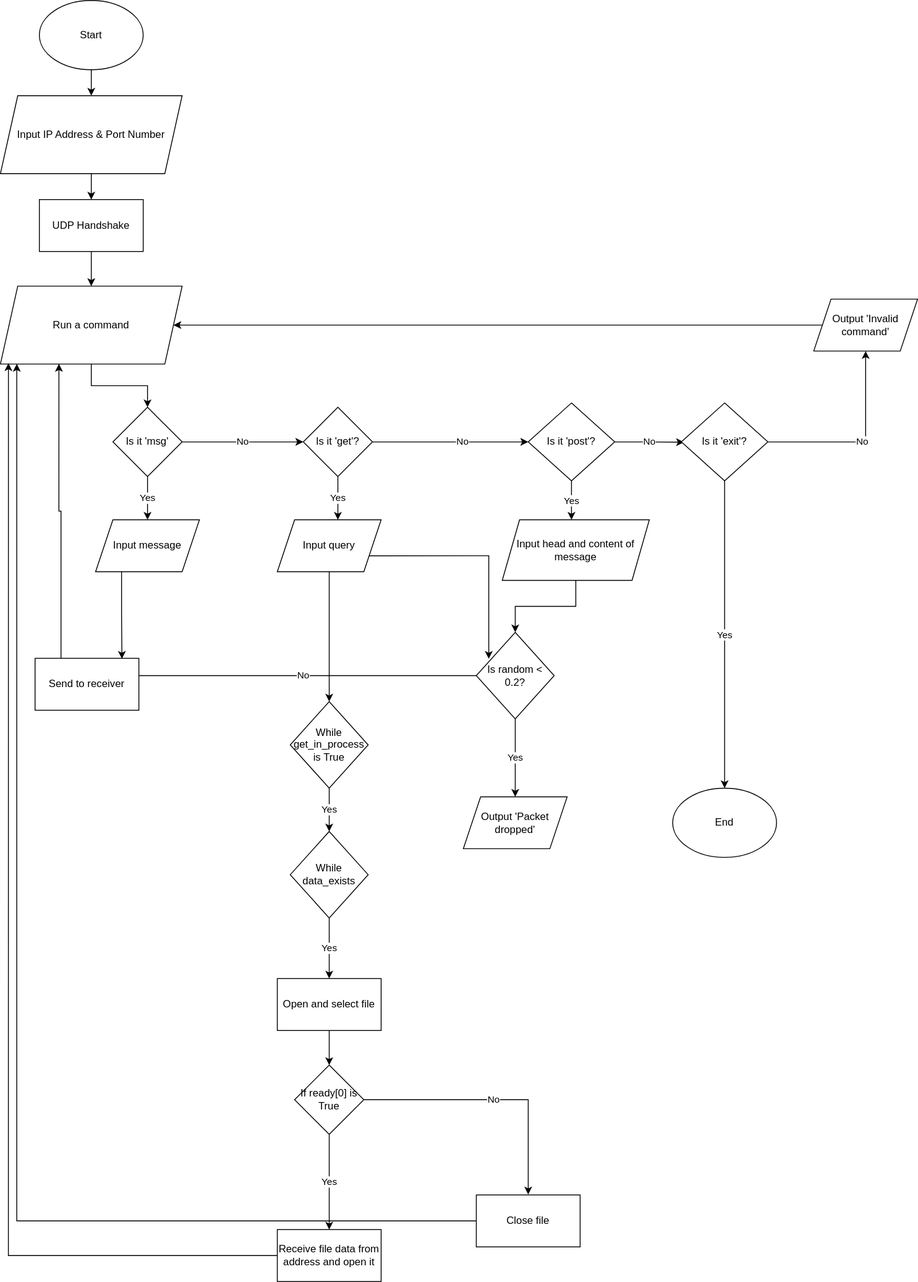
Above: PushinP2P_Flowchart.drawio.svg in JugBones/Pushin-P2P (draw.io), before the change. Source tidied: cells renumbered, new cells last; positions are measured from the earlier drawing's top-left corner, leaving out a move shared by most shapes. Source of this version:
```xml
<mxGraphModel>
  <root>
    <mxCell id="0" />
    <mxCell id="1" parent="0" />
    <mxCell id="2" style="edgeStyle=orthogonalEdgeStyle;rounded=0;jettySize=auto;html=1;exitX=0.5;exitY=1;exitDx=0;exitDy=0;entryX=0.5;entryY=0;entryDx=0;entryDy=0;" parent="1" edge="1" source="3" target="49">
      <mxGeometry relative="1" as="geometry" />
    </mxCell>
    <mxCell id="3" value="Input IP Address &amp;amp; Port Number" style="shape=parallelogram;perimeter=parallelogramPerimeter;whiteSpace=wrap;html=1;fixedSize=1;" parent="1" vertex="1">
      <mxGeometry y="110" width="210" height="90" as="geometry" />
    </mxCell>
    <mxCell id="4" style="edgeStyle=orthogonalEdgeStyle;rounded=0;jettySize=auto;html=1;entryX=0.5;entryY=0;entryDx=0;entryDy=0;" parent="1" edge="1" source="5" target="8">
      <mxGeometry relative="1" as="geometry" />
    </mxCell>
    <mxCell id="5" value="Run a command" style="shape=parallelogram;perimeter=parallelogramPerimeter;whiteSpace=wrap;html=1;fixedSize=1;" parent="1" vertex="1">
      <mxGeometry y="330" width="210" height="90" as="geometry" />
    </mxCell>
    <mxCell id="6" value="No" style="edgeStyle=orthogonalEdgeStyle;rounded=0;jettySize=auto;html=1;exitX=1;exitY=0.5;exitDx=0;exitDy=0;entryX=0;entryY=0.5;entryDx=0;entryDy=0;" parent="1" edge="1" source="8" target="12">
      <mxGeometry relative="1" as="geometry" />
    </mxCell>
    <mxCell id="7" value="Yes" style="edgeStyle=orthogonalEdgeStyle;rounded=0;jettySize=auto;html=1;exitX=0.5;exitY=1;exitDx=0;exitDy=0;entryX=0.5;entryY=0;entryDx=0;entryDy=0;" parent="1" edge="1" source="8">
      <mxGeometry relative="1" as="geometry">
        <mxPoint x="170" y="600" as="targetPoint" />
      </mxGeometry>
    </mxCell>
    <mxCell id="8" value="Is it 'msg'" style="rhombus;whiteSpace=wrap;html=1;" parent="1" vertex="1">
      <mxGeometry x="130" y="470" width="80" height="80" as="geometry" />
    </mxCell>
    <mxCell id="9" style="edgeStyle=orthogonalEdgeStyle;rounded=0;jettySize=auto;html=1;exitX=1;exitY=0.5;exitDx=0;exitDy=0;entryX=0;entryY=0.5;entryDx=0;entryDy=0;" parent="1" edge="1" source="12" target="15">
      <mxGeometry relative="1" as="geometry" />
    </mxCell>
    <mxCell id="10" value="No" style="edgeLabel;html=1;align=center;verticalAlign=middle;" parent="9" vertex="1">
      <mxGeometry x="0.15" y="1" relative="1" as="geometry" />
    </mxCell>
    <mxCell id="11" value="Yes" style="edgeStyle=orthogonalEdgeStyle;rounded=0;jettySize=auto;html=1;exitX=0.5;exitY=1;exitDx=0;exitDy=0;entryX=0.5;entryY=0;entryDx=0;entryDy=0;" parent="1" edge="1" source="12">
      <mxGeometry relative="1" as="geometry">
        <mxPoint x="390" y="600" as="targetPoint" />
      </mxGeometry>
    </mxCell>
    <mxCell id="12" value="Is it 'get'?" style="rhombus;whiteSpace=wrap;html=1;" parent="1" vertex="1">
      <mxGeometry x="350" y="470" width="80" height="80" as="geometry" />
    </mxCell>
    <mxCell id="13" value="Yes" style="edgeStyle=orthogonalEdgeStyle;rounded=0;jettySize=auto;html=1;exitX=0.5;exitY=1;exitDx=0;exitDy=0;entryX=0.5;entryY=0;entryDx=0;entryDy=0;" parent="1" edge="1" source="15">
      <mxGeometry relative="1" as="geometry">
        <mxPoint x="660" y="600" as="targetPoint" />
      </mxGeometry>
    </mxCell>
    <mxCell id="14" value="No" style="edgeStyle=orthogonalEdgeStyle;rounded=0;jettySize=auto;html=1;exitX=1;exitY=0.5;exitDx=0;exitDy=0;" parent="1" edge="1" source="15">
      <mxGeometry relative="1" as="geometry">
        <mxPoint x="790" y="510.3" as="targetPoint" />
      </mxGeometry>
    </mxCell>
    <mxCell id="15" value="Is it 'post'?" style="rhombus;whiteSpace=wrap;html=1;" parent="1" vertex="1">
      <mxGeometry x="610" y="465" width="100" height="90" as="geometry" />
    </mxCell>
    <mxCell id="16" value="Yes" style="edgeStyle=orthogonalEdgeStyle;rounded=0;jettySize=auto;html=1;exitX=0.5;exitY=1;exitDx=0;exitDy=0;" parent="1" edge="1" source="18" target="19">
      <mxGeometry relative="1" as="geometry" />
    </mxCell>
    <mxCell id="17" value="No" style="edgeStyle=orthogonalEdgeStyle;rounded=0;jettySize=auto;html=1;exitX=1;exitY=0.5;exitDx=0;exitDy=0;entryX=0.5;entryY=1;entryDx=0;entryDy=0;" parent="1" edge="1" source="18" target="23">
      <mxGeometry relative="1" as="geometry" />
    </mxCell>
    <mxCell id="18" value="Is it 'exit'?" style="rhombus;whiteSpace=wrap;html=1;" parent="1" vertex="1">
      <mxGeometry x="787" y="465" width="100" height="90" as="geometry" />
    </mxCell>
    <mxCell id="19" value="End" style="ellipse;whiteSpace=wrap;html=1;" parent="1" vertex="1">
      <mxGeometry x="777" y="910" width="120" height="80" as="geometry" />
    </mxCell>
    <mxCell id="20" style="edgeStyle=orthogonalEdgeStyle;rounded=0;jettySize=auto;html=1;entryX=0.5;entryY=0;entryDx=0;entryDy=0;" parent="1" edge="1" source="21" target="3">
      <mxGeometry relative="1" as="geometry" />
    </mxCell>
    <mxCell id="21" value="Start" style="ellipse;whiteSpace=wrap;html=1;" parent="1" vertex="1">
      <mxGeometry x="45" width="120" height="80" as="geometry" />
    </mxCell>
    <mxCell id="22" style="edgeStyle=orthogonalEdgeStyle;rounded=0;jettySize=auto;html=1;entryX=1;entryY=0.5;entryDx=0;entryDy=0;" parent="1" edge="1" source="23" target="5">
      <mxGeometry relative="1" as="geometry" />
    </mxCell>
    <mxCell id="23" value="Output 'Invalid command'" style="shape=parallelogram;perimeter=parallelogramPerimeter;whiteSpace=wrap;html=1;fixedSize=1;" parent="1" vertex="1">
      <mxGeometry x="940" y="345" width="120" height="60" as="geometry" />
    </mxCell>
    <mxCell id="24" style="edgeStyle=orthogonalEdgeStyle;rounded=0;jettySize=auto;html=1;exitX=0.25;exitY=1;exitDx=0;exitDy=0;entryX=0.837;entryY=0.01;entryDx=0;entryDy=0;entryPerimeter=0;" parent="1" edge="1" source="25" target="36">
      <mxGeometry relative="1" as="geometry" />
    </mxCell>
    <mxCell id="25" value="Input message" style="shape=parallelogram;perimeter=parallelogramPerimeter;whiteSpace=wrap;html=1;fixedSize=1;" parent="1" vertex="1">
      <mxGeometry x="110" y="600" width="120" height="60" as="geometry" />
    </mxCell>
    <mxCell id="26" style="edgeStyle=orthogonalEdgeStyle;rounded=0;jettySize=auto;html=1;exitX=0.5;exitY=1;exitDx=0;exitDy=0;entryX=0.5;entryY=0;entryDx=0;entryDy=0;" parent="1" edge="1" source="28" target="51">
      <mxGeometry relative="1" as="geometry" />
    </mxCell>
    <mxCell id="27" style="edgeStyle=orthogonalEdgeStyle;rounded=0;jettySize=auto;html=1;exitX=1;exitY=0.75;exitDx=0;exitDy=0;entryX=0.16;entryY=0.306;entryDx=0;entryDy=0;entryPerimeter=0;" parent="1" edge="1" source="28" target="33">
      <mxGeometry relative="1" as="geometry" />
    </mxCell>
    <mxCell id="28" value="Input query" style="shape=parallelogram;perimeter=parallelogramPerimeter;whiteSpace=wrap;html=1;fixedSize=1;" parent="1" vertex="1">
      <mxGeometry x="320" y="600" width="120" height="60" as="geometry" />
    </mxCell>
    <mxCell id="29" style="edgeStyle=orthogonalEdgeStyle;rounded=0;jettySize=auto;html=1;entryX=0.5;entryY=0;entryDx=0;entryDy=0;" parent="1" edge="1" source="30" target="33">
      <mxGeometry relative="1" as="geometry" />
    </mxCell>
    <mxCell id="30" value="Input head and content of message" style="shape=parallelogram;perimeter=parallelogramPerimeter;whiteSpace=wrap;html=1;fixedSize=1;" parent="1" vertex="1">
      <mxGeometry x="580" y="600" width="170" height="70" as="geometry" />
    </mxCell>
    <mxCell id="31" value="No" style="edgeStyle=orthogonalEdgeStyle;rounded=0;jettySize=auto;html=1;exitX=0;exitY=0.5;exitDx=0;exitDy=0;entryX=0.917;entryY=0.333;entryDx=0;entryDy=0;entryPerimeter=0;" parent="1" edge="1" source="33" target="36">
      <mxGeometry relative="1" as="geometry" />
    </mxCell>
    <mxCell id="32" value="Yes" style="edgeStyle=orthogonalEdgeStyle;rounded=0;jettySize=auto;html=1;entryX=0.5;entryY=0;entryDx=0;entryDy=0;" parent="1" edge="1" source="33" target="34">
      <mxGeometry relative="1" as="geometry" />
    </mxCell>
    <mxCell id="33" value="Is random &amp;lt; 0.2?" style="rhombus;whiteSpace=wrap;html=1;" parent="1" vertex="1">
      <mxGeometry x="550" y="730" width="90" height="100" as="geometry" />
    </mxCell>
    <mxCell id="34" value="Output 'Packet dropped'" style="shape=parallelogram;perimeter=parallelogramPerimeter;whiteSpace=wrap;html=1;fixedSize=1;" parent="1" vertex="1">
      <mxGeometry x="535" y="920" width="120" height="60" as="geometry" />
    </mxCell>
    <mxCell id="35" style="edgeStyle=orthogonalEdgeStyle;rounded=0;jettySize=auto;html=1;exitX=0.25;exitY=0;exitDx=0;exitDy=0;entryX=0.322;entryY=0.998;entryDx=0;entryDy=0;entryPerimeter=0;" parent="1" edge="1" source="36" target="5">
      <mxGeometry relative="1" as="geometry" />
    </mxCell>
    <mxCell id="36" value="Send to receiver" style="rounded=0;whiteSpace=wrap;html=1;" parent="1" vertex="1">
      <mxGeometry x="40" y="760" width="120" height="60" as="geometry" />
    </mxCell>
    <mxCell id="37" value="Yes" style="edgeStyle=orthogonalEdgeStyle;rounded=0;jettySize=auto;html=1;" parent="1" edge="1" source="38" target="40">
      <mxGeometry relative="1" as="geometry" />
    </mxCell>
    <mxCell id="38" value="While data_exists" style="rhombus;whiteSpace=wrap;html=1;" parent="1" vertex="1">
      <mxGeometry x="335" y="960" width="90" height="100" as="geometry" />
    </mxCell>
    <mxCell id="39" style="edgeStyle=orthogonalEdgeStyle;rounded=0;jettySize=auto;html=1;exitX=0.5;exitY=1;exitDx=0;exitDy=0;entryX=0.5;entryY=0;entryDx=0;entryDy=0;" parent="1" edge="1" source="40" target="43">
      <mxGeometry relative="1" as="geometry" />
    </mxCell>
    <mxCell id="40" value="Open and select file" style="rounded=0;whiteSpace=wrap;html=1;" parent="1" vertex="1">
      <mxGeometry x="320" y="1130" width="120" height="60" as="geometry" />
    </mxCell>
    <mxCell id="41" value="Yes" style="edgeStyle=orthogonalEdgeStyle;rounded=0;jettySize=auto;html=1;exitX=0.5;exitY=1;exitDx=0;exitDy=0;" parent="1" edge="1" source="43" target="45">
      <mxGeometry relative="1" as="geometry" />
    </mxCell>
    <mxCell id="42" value="No" style="edgeStyle=orthogonalEdgeStyle;rounded=0;jettySize=auto;html=1;entryX=0.427;entryY=0.99;entryDx=0;entryDy=0;entryPerimeter=0;" parent="1" edge="1" source="43">
      <mxGeometry relative="1" as="geometry">
        <mxPoint x="610" y="1379.4" as="targetPoint" />
      </mxGeometry>
    </mxCell>
    <mxCell id="43" value="If ready[0] is True" style="rhombus;whiteSpace=wrap;html=1;" parent="1" vertex="1">
      <mxGeometry x="340" y="1230" width="80" height="80" as="geometry" />
    </mxCell>
    <mxCell id="44" style="edgeStyle=orthogonalEdgeStyle;rounded=0;jettySize=auto;html=1;entryX=0.044;entryY=0.989;entryDx=0;entryDy=0;entryPerimeter=0;" parent="1" edge="1" source="45" target="5">
      <mxGeometry relative="1" as="geometry" />
    </mxCell>
    <mxCell id="45" value="Receive file data from address and open it" style="rounded=0;whiteSpace=wrap;html=1;" parent="1" vertex="1">
      <mxGeometry x="320" y="1420" width="120" height="60" as="geometry" />
    </mxCell>
    <mxCell id="46" style="edgeStyle=orthogonalEdgeStyle;rounded=0;jettySize=auto;html=1;entryX=0.09;entryY=0.998;entryDx=0;entryDy=0;entryPerimeter=0;" parent="1" edge="1" source="47" target="5">
      <mxGeometry relative="1" as="geometry" />
    </mxCell>
    <mxCell id="47" value="Close file" style="rounded=0;whiteSpace=wrap;html=1;" parent="1" vertex="1">
      <mxGeometry x="550" y="1380" width="120" height="60" as="geometry" />
    </mxCell>
    <mxCell id="48" style="edgeStyle=orthogonalEdgeStyle;rounded=0;jettySize=auto;html=1;exitX=0.5;exitY=1;exitDx=0;exitDy=0;" parent="1" edge="1" source="49" target="5">
      <mxGeometry relative="1" as="geometry" />
    </mxCell>
    <mxCell id="49" value="UDP Handshake" style="rounded=0;whiteSpace=wrap;html=1;" parent="1" vertex="1">
      <mxGeometry x="45" y="230" width="120" height="60" as="geometry" />
    </mxCell>
    <mxCell id="50" value="Yes" style="edgeStyle=orthogonalEdgeStyle;rounded=0;jettySize=auto;html=1;" parent="1" edge="1" target="38">
      <mxGeometry relative="1" as="geometry">
        <mxPoint x="380" y="910" as="sourcePoint" />
      </mxGeometry>
    </mxCell>
    <mxCell id="51" value="While get_in_process is True" style="rhombus;whiteSpace=wrap;html=1;" parent="1" vertex="1">
      <mxGeometry x="335" y="810" width="90" height="100" as="geometry" />
    </mxCell>
  </root>
</mxGraphModel>
```
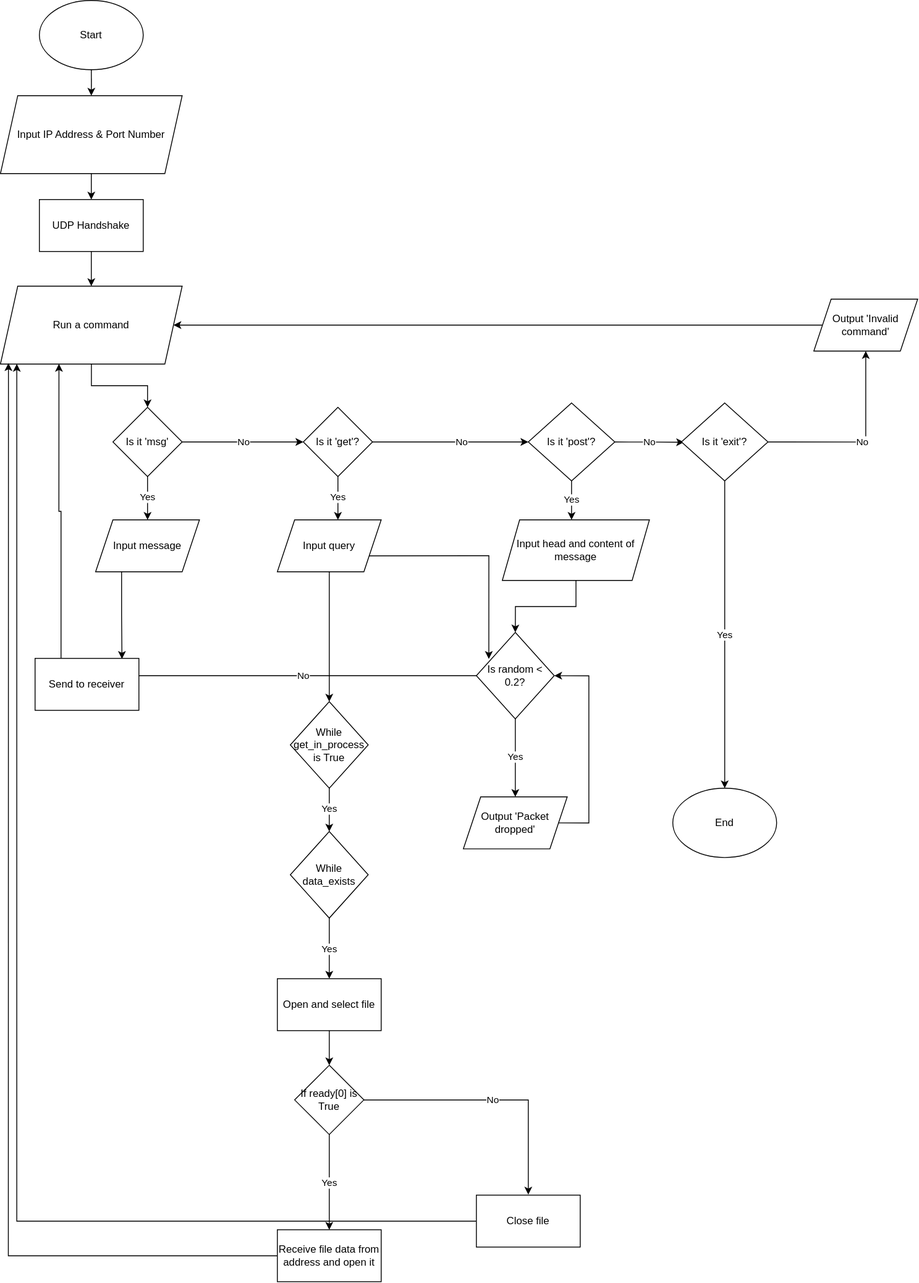
After the commit.

Diff of the diagram source:
```diff
@@ -164,5 +164,13 @@
     <mxCell id="51" value="While get_in_process is True" style="rhombus;whiteSpace=wrap;html=1;" parent="1" vertex="1">
       <mxGeometry x="335" y="810" width="90" height="100" as="geometry" />
     </mxCell>
+    <mxCell id="52" style="edgeStyle=orthogonalEdgeStyle;rounded=0;jettySize=auto;html=1;entryX=1;entryY=0.5;entryDx=0;entryDy=0;exitX=1;exitY=0.5;exitDx=0;exitDy=0;" parent="1" edge="1" source="34" target="33">
+      <mxGeometry relative="1" as="geometry">
+        <Array as="points">
+          <mxPoint x="680" y="950" />
+          <mxPoint x="680" y="780" />
+        </Array>
+      </mxGeometry>
+    </mxCell>
   </root>
 </mxGraphModel>
```
